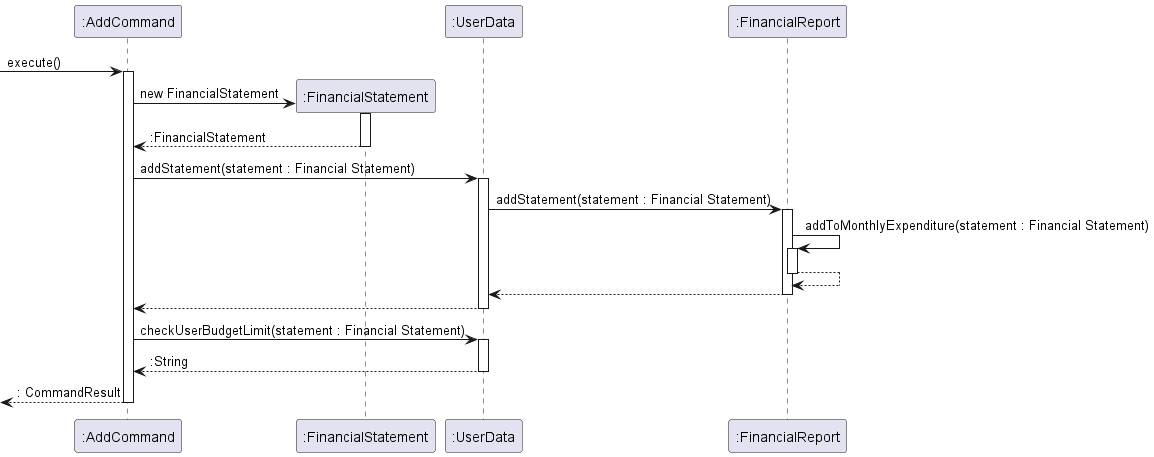
nus-cs2113-AY2223S2/tp keeps this PlantUML diagram as docs/images/DeveloperGuide/AddCommandSequenceDiagram.png. Above is the earlier version. Its source is kept beside it as docs/diagrams/AddCommandSequenceDiagram.puml.
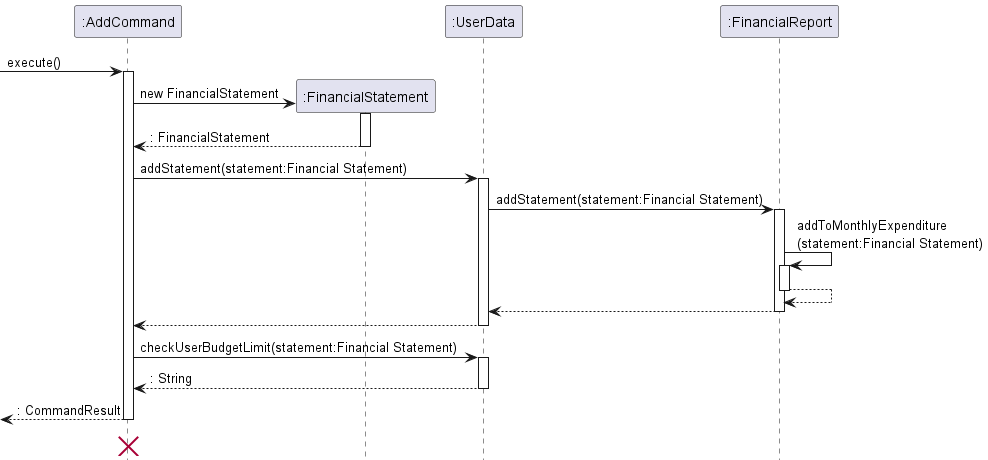
Above is the later version.

What changed in the source:
```diff
@@ -11,16 +11,16 @@
 AddCommand -> FinancialStatement : new FinancialStatement
 activate FinancialStatement
 
-FinancialStatement --> AddCommand : :FinancialStatement
+FinancialStatement --> AddCommand : : FinancialStatement
 deactivate FinancialStatement
 
-AddCommand -> UserData: addStatement(statement : Financial Statement)
+AddCommand -> UserData: addStatement(statement:Financial Statement)
 activate UserData
 
-UserData -> FinancialReport : addStatement(statement : Financial Statement)
+UserData -> FinancialReport : addStatement(statement:Financial Statement)
 activate FinancialReport
 
-FinancialReport -> FinancialReport : addToMonthlyExpenditure(statement : Financial Statement)
+FinancialReport -> FinancialReport : addToMonthlyExpenditure\n(statement:Financial Statement)
 activate FinancialReport
 
 FinancialReport --> FinancialReport
@@ -32,13 +32,15 @@
 UserData --> AddCommand
 deactivate UserData
 
-AddCommand -> UserData : checkUserBudgetLimit(statement : Financial Statement)
+AddCommand -> UserData : checkUserBudgetLimit(statement:Financial Statement)
 activate UserData
 
-UserData --> AddCommand : :String
+UserData --> AddCommand : : String
 deactivate UserData
 
 [<--AddCommand : : CommandResult
 deactivate AddCommand
+AddCommand <-[hidden]- AddCommand
+destroy AddCommand
 
 @enduml
```
